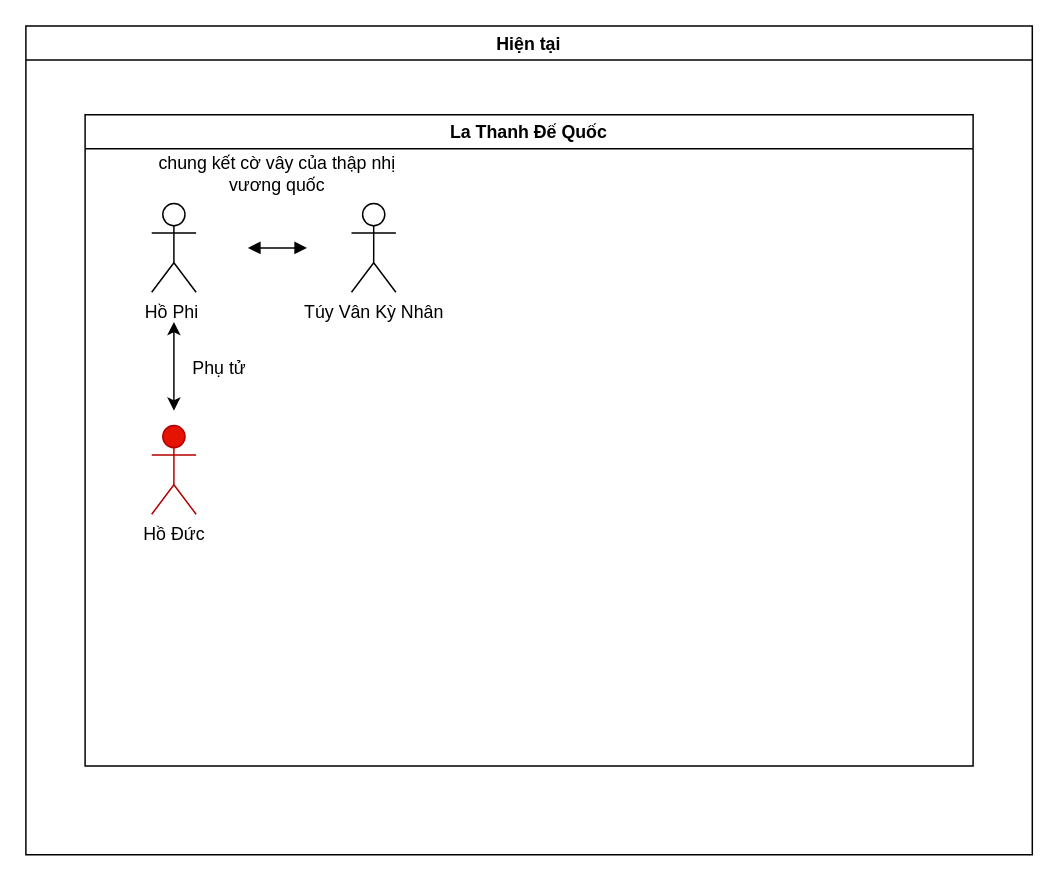
The draw.io diagram Ky_Hiep.drawio in figfofu/figfofu.github.io, before the edit. Source tidied: cells renumbered, new cells numbered last; positions are measured from the earlier drawing's top-left corner, leaving out a move shared by most shapes. Both pictures are drawn from the tidied source at 148%, with x=0, y=0 at pixel (25, 25).
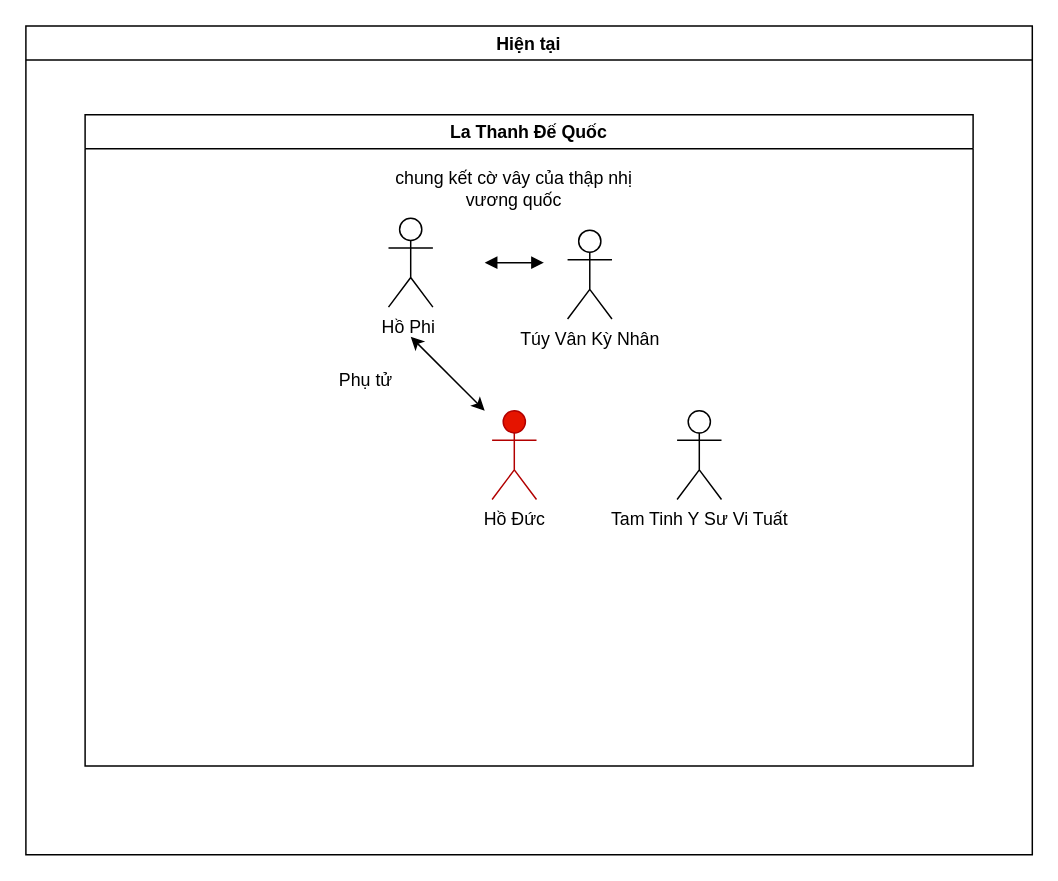
The same page after the edit.

The edit, as a diff of the source:
```diff
@@
 <mxGraphModel>
   <root>
     <mxCell id="0" />
     <mxCell id="1" parent="0" />
     <mxCell id="2" value="Hiện tại" style="swimlane;" parent="1" vertex="1">
       <mxGeometry width="680" height="560" as="geometry" />
     </mxCell>
     <mxCell id="3" value="La Thanh Đế Quốc" style="swimlane;labelBackgroundColor=none;labelBorderColor=none;" parent="2" vertex="1">
       <mxGeometry x="40" y="60" width="600" height="440" as="geometry" />
     </mxCell>
     <mxCell id="4" value="Hồ Phi&amp;nbsp;" style="shape=umlActor;verticalLabelPosition=bottom;verticalAlign=top;html=1;" parent="3" vertex="1">
-      <mxGeometry x="45" y="60" width="30" height="60" as="geometry" />
+      <mxGeometry x="205" y="70" width="30" height="60" as="geometry" />
     </mxCell>
     <mxCell id="5" style="endArrow=block;startArrow=block;endFill=1;startFill=1;html=1;" parent="3" edge="1">
       <mxGeometry relative="1" as="geometry">
-        <mxPoint x="110" y="90" as="sourcePoint" />
-        <mxPoint x="150" y="90" as="targetPoint" />
+        <mxPoint x="270" y="100" as="sourcePoint" />
+        <mxPoint x="310" y="100" as="targetPoint" />
       </mxGeometry>
     </mxCell>
     <mxCell id="6" value="chung kết cờ vây của thập nhị vương quốc" style="text;html=1;strokeColor=none;fillColor=none;align=center;verticalAlign=middle;whiteSpace=wrap;rounded=0;" parent="3" vertex="1">
-      <mxGeometry x="30" y="30" width="200" height="20" as="geometry" />
+      <mxGeometry x="190" y="40" width="200" height="20" as="geometry" />
     </mxCell>
     <mxCell id="7" value="Hồ Đức" style="shape=umlActor;verticalLabelPosition=bottom;verticalAlign=top;html=1;fillColor=#e51400;strokeColor=#B20000;labelPosition=center;align=center;" parent="3" vertex="1">
-      <mxGeometry x="45" y="210" width="30" height="60" as="geometry" />
+      <mxGeometry x="275" y="200" width="30" height="60" as="geometry" />
     </mxCell>
     <mxCell id="8" value="Phụ tử" style="text;html=1;strokeColor=none;fillColor=none;align=center;verticalAlign=middle;whiteSpace=wrap;rounded=0;" parent="3" vertex="1">
-      <mxGeometry x="61" y="162" width="60" height="20" as="geometry" />
+      <mxGeometry x="160" y="170" width="60" height="20" as="geometry" />
     </mxCell>
+    <mxCell id="11" value="Tam Tinh Y Sư Vi Tuất" style="shape=umlActor;verticalLabelPosition=bottom;verticalAlign=top;html=1;" parent="3" vertex="1">
+      <mxGeometry x="400" y="200" width="30" height="60" as="geometry" />
+    </mxCell>
     <mxCell id="9" value="Túy Vân Kỳ Nhân" style="shape=umlActor;verticalLabelPosition=bottom;verticalAlign=top;html=1;" parent="1" vertex="1">
-      <mxGeometry x="220" y="120" width="30" height="60" as="geometry" />
+      <mxGeometry x="366" y="138" width="30" height="60" as="geometry" />
     </mxCell>
     <mxCell id="10" style="endArrow=classic;startArrow=classic;html=1;" parent="1" edge="1">
       <mxGeometry relative="1" as="geometry">
-        <mxPoint x="100" y="260" as="sourcePoint" />
-        <mxPoint x="100" y="200" as="targetPoint" />
+        <mxPoint x="310" y="260" as="sourcePoint" />
+        <mxPoint x="260" y="210" as="targetPoint" />
       </mxGeometry>
     </mxCell>
   </root>
 </mxGraphModel>
```
